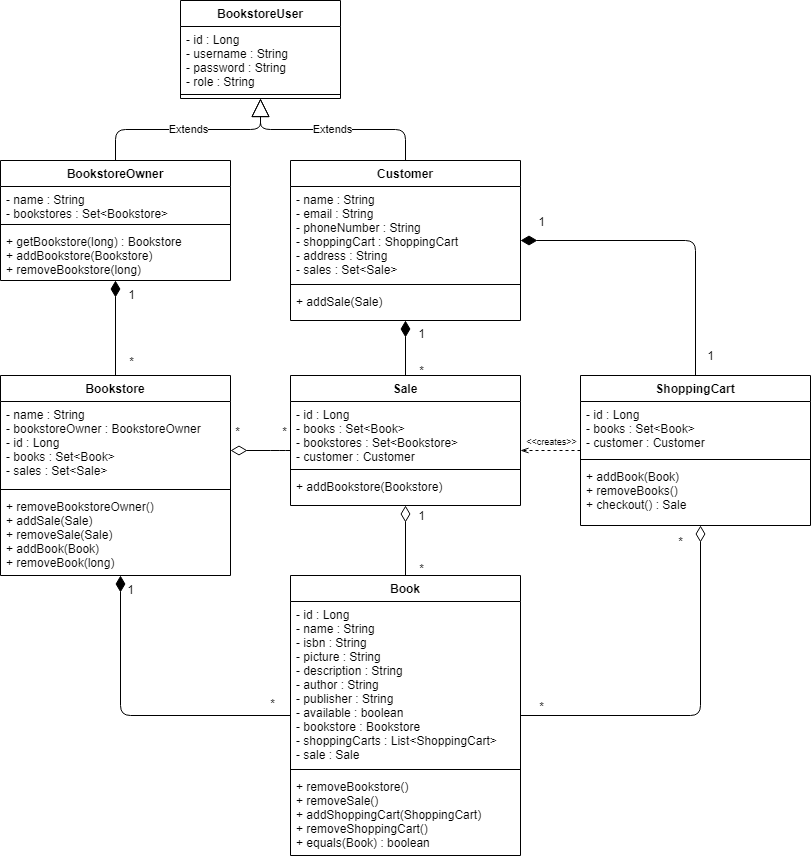
Before: uml/UML_ClassDiagram.png, a diagram exported from draw.io (thomasbryk/4806_Project). Source tidied: cells renumbered, new cells last; positions are measured from the earlier drawing's top-left corner, leaving out a move shared by most shapes.
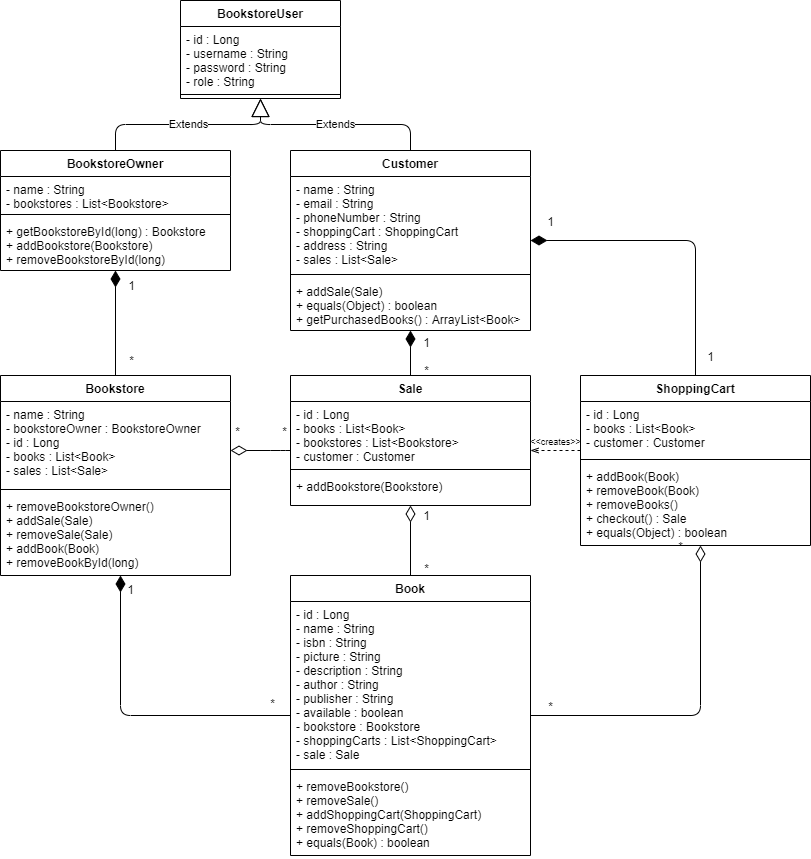
Above is the later version.

Commit message:
Updated UML for Milestone 3

What changed in the source:
```diff
@@ -125,77 +125,53 @@
     <mxCell id="26" value="Extends" style="endArrow=block;endSize=16;endFill=0;html=1;strokeColor=#000000;edgeStyle=orthogonalEdgeStyle;" parent="1" edge="1" source="35" target="51">
       <mxGeometry relative="1" as="geometry" />
     </mxCell>
-    <mxCell id="27" value="BookstoreOwner" style="swimlane;fontStyle=1;align=center;verticalAlign=top;horizontal=1;startSize=26;" parent="1" vertex="1">
-      <mxGeometry y="160" width="230" height="120" as="geometry" />
-    </mxCell>
-    <mxCell id="28" value="- name : String&#10;- bookstores : Set&lt;Bookstore&gt;" style="text;strokeColor=none;fillColor=none;align=left;verticalAlign=top;spacingLeft=4;spacingRight=4;overflow=hidden;" parent="27" vertex="1">
-      <mxGeometry y="26" width="230" height="34" as="geometry" />
-    </mxCell>
-    <mxCell id="29" style="line;strokeWidth=1;fillColor=none;align=left;verticalAlign=middle;spacingTop=-1;spacingLeft=3;spacingRight=3;labelPosition=right;" parent="27" vertex="1">
-      <mxGeometry y="60" width="230" height="8" as="geometry" />
-    </mxCell>
-    <mxCell id="30" value="+ getBookstore(long) : Bookstore&#10;+ addBookstore(Bookstore)&#10;+ removeBookstore(long)" style="text;strokeColor=none;fillColor=none;align=left;verticalAlign=top;spacingLeft=4;spacingRight=4;overflow=hidden;" parent="27" vertex="1">
-      <mxGeometry y="68" width="230" height="52" as="geometry" />
-    </mxCell>
     <mxCell id="31" value="Bookstore" style="swimlane;fontStyle=1;align=center;verticalAlign=top;horizontal=1;startSize=26;" parent="1" vertex="1">
       <mxGeometry y="375" width="230" height="200" as="geometry" />
     </mxCell>
-    <mxCell id="32" value="- name : String&#10;- bookstoreOwner : BookstoreOwner&#10;- id : Long&#10;- books : Set&lt;Book&gt;&#10;- sales : Set&lt;Sale&gt;" style="text;strokeColor=none;fillColor=none;align=left;verticalAlign=top;spacingLeft=4;spacingRight=4;overflow=hidden;points=[[0,0.5],[1,0.5]];portConstraint=eastwest;" parent="31" vertex="1">
+    <mxCell id="32" value="- name : String&#10;- bookstoreOwner : BookstoreOwner&#10;- id : Long&#10;- books : List&lt;Book&gt;&#10;- sales : List&lt;Sale&gt;" style="text;strokeColor=none;fillColor=none;align=left;verticalAlign=top;spacingLeft=4;spacingRight=4;overflow=hidden;points=[[0,0.5],[1,0.5]];portConstraint=eastwest;" parent="31" vertex="1">
       <mxGeometry y="26" width="230" height="84" as="geometry" />
     </mxCell>
     <mxCell id="33" style="line;strokeWidth=1;fillColor=none;align=left;verticalAlign=middle;spacingTop=-1;spacingLeft=3;spacingRight=3;labelPosition=right;" parent="31" vertex="1">
       <mxGeometry y="110" width="230" height="8" as="geometry" />
     </mxCell>
-    <mxCell id="34" value="+ removeBookstoreOwner()&#10;+ addSale(Sale)&#10;+ removeSale(Sale)&#10;+ addBook(Book)&#10;+ removeBook(long)" style="text;strokeColor=none;fillColor=none;align=left;verticalAlign=top;spacingLeft=4;spacingRight=4;overflow=hidden;" parent="31" vertex="1">
+    <mxCell id="34" value="+ removeBookstoreOwner()&#10;+ addSale(Sale)&#10;+ removeSale(Sale)&#10;+ addBook(Book)&#10;+ removeBookById(long)" style="text;strokeColor=none;fillColor=none;align=left;verticalAlign=top;spacingLeft=4;spacingRight=4;overflow=hidden;" parent="31" vertex="1">
       <mxGeometry y="118" width="230" height="82" as="geometry" />
     </mxCell>
-    <mxCell id="35" value="Customer" style="swimlane;fontStyle=1;align=center;verticalAlign=top;horizontal=1;startSize=26;" parent="1" vertex="1">
-      <mxGeometry x="290" y="160" width="230" height="160" as="geometry" />
-    </mxCell>
-    <mxCell id="36" value="- name : String&#10;- email : String&#10;- phoneNumber : String&#10;- shoppingCart : ShoppingCart&#10;- address : String&#10;- sales : Set&lt;Sale&gt;" style="text;strokeColor=none;fillColor=none;align=left;verticalAlign=top;spacingLeft=4;spacingRight=4;overflow=hidden;" parent="35" vertex="1">
-      <mxGeometry y="26" width="230" height="94" as="geometry" />
-    </mxCell>
-    <mxCell id="37" style="line;strokeWidth=1;fillColor=none;align=left;verticalAlign=middle;spacingTop=-1;spacingLeft=3;spacingRight=3;labelPosition=right;" parent="35" vertex="1">
-      <mxGeometry y="120" width="230" height="8" as="geometry" />
-    </mxCell>
-    <mxCell id="38" value="+ addSale(Sale)" style="text;strokeColor=none;fillColor=none;align=left;verticalAlign=top;spacingLeft=4;spacingRight=4;overflow=hidden;" parent="35" vertex="1">
-      <mxGeometry y="128" width="230" height="32" as="geometry" />
-    </mxCell>
     <mxCell id="39" value="Sale" style="swimlane;fontStyle=1;align=center;verticalAlign=top;horizontal=1;startSize=26;" parent="1" vertex="1">
-      <mxGeometry x="290" y="375" width="230" height="130" as="geometry" />
+      <mxGeometry x="290" y="375" width="240" height="130" as="geometry" />
     </mxCell>
-    <mxCell id="40" value="- id : Long&#10;- books : Set&lt;Book&gt;&#10;- bookstores : Set&lt;Bookstore&gt;&#10;- customer : Customer" style="text;strokeColor=none;fillColor=none;align=left;verticalAlign=top;spacingLeft=4;spacingRight=4;overflow=hidden;" parent="39" vertex="1">
-      <mxGeometry y="26" width="230" height="64" as="geometry" />
+    <mxCell id="40" value="- id : Long&#10;- books : List&lt;Book&gt;&#10;- bookstores : List&lt;Bookstore&gt;&#10;- customer : Customer" style="text;strokeColor=none;fillColor=none;align=left;verticalAlign=top;spacingLeft=4;spacingRight=4;overflow=hidden;" parent="39" vertex="1">
+      <mxGeometry y="26" width="240" height="64" as="geometry" />
     </mxCell>
     <mxCell id="41" style="line;strokeWidth=1;fillColor=none;align=left;verticalAlign=middle;spacingTop=-1;spacingLeft=3;spacingRight=3;labelPosition=right;" parent="39" vertex="1">
-      <mxGeometry y="90" width="230" height="8" as="geometry" />
+      <mxGeometry y="90" width="240" height="8" as="geometry" />
     </mxCell>
     <mxCell id="42" value="+ addBookstore(Bookstore)" style="text;strokeColor=none;fillColor=none;align=left;verticalAlign=top;spacingLeft=4;spacingRight=4;overflow=hidden;" parent="39" vertex="1">
-      <mxGeometry y="98" width="230" height="32" as="geometry" />
+      <mxGeometry y="98" width="240" height="32" as="geometry" />
     </mxCell>
     <mxCell id="43" value="ShoppingCart" style="swimlane;fontStyle=1;align=center;verticalAlign=top;horizontal=1;startSize=26;" parent="1" vertex="1">
-      <mxGeometry x="580" y="375" width="230" height="150" as="geometry" />
+      <mxGeometry x="580" y="375" width="230" height="170" as="geometry" />
     </mxCell>
-    <mxCell id="44" value="- id : Long&#10;- books : Set&lt;Book&gt;&#10;- customer : Customer" style="text;strokeColor=none;fillColor=none;align=left;verticalAlign=top;spacingLeft=4;spacingRight=4;overflow=hidden;" parent="43" vertex="1">
+    <mxCell id="44" value="- id : Long&#10;- books : List&lt;Book&gt;&#10;- customer : Customer" style="text;strokeColor=none;fillColor=none;align=left;verticalAlign=top;spacingLeft=4;spacingRight=4;overflow=hidden;" parent="43" vertex="1">
       <mxGeometry y="26" width="230" height="54" as="geometry" />
     </mxCell>
     <mxCell id="45" style="line;strokeWidth=1;fillColor=none;align=left;verticalAlign=middle;spacingTop=-1;spacingLeft=3;spacingRight=3;labelPosition=right;" parent="43" vertex="1">
       <mxGeometry y="80" width="230" height="8" as="geometry" />
     </mxCell>
-    <mxCell id="46" value="+ addBook(Book)&#10;+ removeBooks()&#10;+ checkout() : Sale" style="text;strokeColor=none;fillColor=none;align=left;verticalAlign=top;spacingLeft=4;spacingRight=4;overflow=hidden;" parent="43" vertex="1">
-      <mxGeometry y="88" width="230" height="62" as="geometry" />
+    <mxCell id="46" value="+ addBook(Book)&#10;+ removeBook(Book)&#10;+ removeBooks()&#10;+ checkout() : Sale&#10;+ equals(Object) : boolean" style="text;strokeColor=none;fillColor=none;align=left;verticalAlign=top;spacingLeft=4;spacingRight=4;overflow=hidden;" parent="43" vertex="1">
+      <mxGeometry y="88" width="230" height="82" as="geometry" />
     </mxCell>
     <mxCell id="47" value="Book" style="swimlane;fontStyle=1;align=center;verticalAlign=top;horizontal=1;startSize=26;" parent="1" vertex="1">
-      <mxGeometry x="290" y="575" width="230" height="280" as="geometry" />
+      <mxGeometry x="290" y="575" width="240" height="280" as="geometry" />
     </mxCell>
     <mxCell id="48" value="- id : Long&#10;- name : String&#10;- isbn : String&#10;- picture : String&#10;- description : String&#10;- author : String&#10;- publisher : String&#10;- available : boolean&#10;- bookstore : Bookstore&#10;- shoppingCarts : List&lt;ShoppingCart&gt;&#10;- sale : Sale" style="text;strokeColor=none;fillColor=none;align=left;verticalAlign=top;spacingLeft=4;spacingRight=4;overflow=hidden;" parent="47" vertex="1">
-      <mxGeometry y="26" width="230" height="164" as="geometry" />
+      <mxGeometry y="26" width="240" height="164" as="geometry" />
     </mxCell>
     <mxCell id="49" style="line;strokeWidth=1;fillColor=none;align=left;verticalAlign=middle;spacingTop=-1;spacingLeft=3;spacingRight=3;labelPosition=right;" parent="47" vertex="1">
-      <mxGeometry y="190" width="230" height="8" as="geometry" />
+      <mxGeometry y="190" width="240" height="8" as="geometry" />
     </mxCell>
     <mxCell id="50" value="+ removeBookstore()&#10;+ removeSale()&#10;+ addShoppingCart(ShoppingCart)&#10;+ removeShoppingCart()&#10;+ equals(Book) : boolean" style="text;strokeColor=none;fillColor=none;align=left;verticalAlign=top;spacingLeft=4;spacingRight=4;overflow=hidden;" parent="47" vertex="1">
-      <mxGeometry y="198" width="230" height="82" as="geometry" />
+      <mxGeometry y="198" width="240" height="82" as="geometry" />
     </mxCell>
     <mxCell id="51" value="BookstoreUser" style="swimlane;fontStyle=1;align=center;verticalAlign=top;horizontal=1;startSize=26;" parent="1" vertex="1">
       <mxGeometry x="180" width="160" height="98" as="geometry" />
@@ -206,5 +182,29 @@
     <mxCell id="53" style="line;strokeWidth=1;fillColor=none;align=left;verticalAlign=middle;spacingTop=-1;spacingLeft=3;spacingRight=3;labelPosition=right;" parent="51" vertex="1">
       <mxGeometry y="90" width="160" height="8" as="geometry" />
     </mxCell>
+    <mxCell id="27" value="BookstoreOwner" style="swimlane;fontStyle=1;align=center;verticalAlign=top;horizontal=1;startSize=26;" parent="1" vertex="1">
+      <mxGeometry y="150" width="230" height="120" as="geometry" />
+    </mxCell>
+    <mxCell id="28" value="- name : String&#10;- bookstores : List&lt;Bookstore&gt;" style="text;strokeColor=none;fillColor=none;align=left;verticalAlign=top;spacingLeft=4;spacingRight=4;overflow=hidden;" parent="27" vertex="1">
+      <mxGeometry y="26" width="230" height="34" as="geometry" />
+    </mxCell>
+    <mxCell id="29" style="line;strokeWidth=1;fillColor=none;align=left;verticalAlign=middle;spacingTop=-1;spacingLeft=3;spacingRight=3;labelPosition=right;" parent="27" vertex="1">
+      <mxGeometry y="60" width="230" height="8" as="geometry" />
+    </mxCell>
+    <mxCell id="30" value="+ getBookstoreById(long) : Bookstore&#10;+ addBookstore(Bookstore)&#10;+ removeBookstoreById(long)" style="text;strokeColor=none;fillColor=none;align=left;verticalAlign=top;spacingLeft=4;spacingRight=4;overflow=hidden;" parent="27" vertex="1">
+      <mxGeometry y="68" width="230" height="52" as="geometry" />
+    </mxCell>
+    <mxCell id="35" value="Customer" style="swimlane;fontStyle=1;align=center;verticalAlign=top;horizontal=1;startSize=26;" parent="1" vertex="1">
+      <mxGeometry x="290" y="150" width="240" height="180" as="geometry" />
+    </mxCell>
+    <mxCell id="36" value="- name : String&#10;- email : String&#10;- phoneNumber : String&#10;- shoppingCart : ShoppingCart&#10;- address : String&#10;- sales : List&lt;Sale&gt;" style="text;strokeColor=none;fillColor=none;align=left;verticalAlign=top;spacingLeft=4;spacingRight=4;overflow=hidden;" parent="35" vertex="1">
+      <mxGeometry y="26" width="240" height="94" as="geometry" />
+    </mxCell>
+    <mxCell id="37" style="line;strokeWidth=1;fillColor=none;align=left;verticalAlign=middle;spacingTop=-1;spacingLeft=3;spacingRight=3;labelPosition=right;" parent="35" vertex="1">
+      <mxGeometry y="120" width="240" height="8" as="geometry" />
+    </mxCell>
+    <mxCell id="38" value="+ addSale(Sale)&#10;+ equals(Object) : boolean&#10;+ getPurchasedBooks() : ArrayList&lt;Book&gt;" style="text;strokeColor=none;fillColor=none;align=left;verticalAlign=top;spacingLeft=4;spacingRight=4;overflow=hidden;" parent="35" vertex="1">
+      <mxGeometry y="128" width="240" height="52" as="geometry" />
+    </mxCell>
   </root>
 </mxGraphModel>
```
